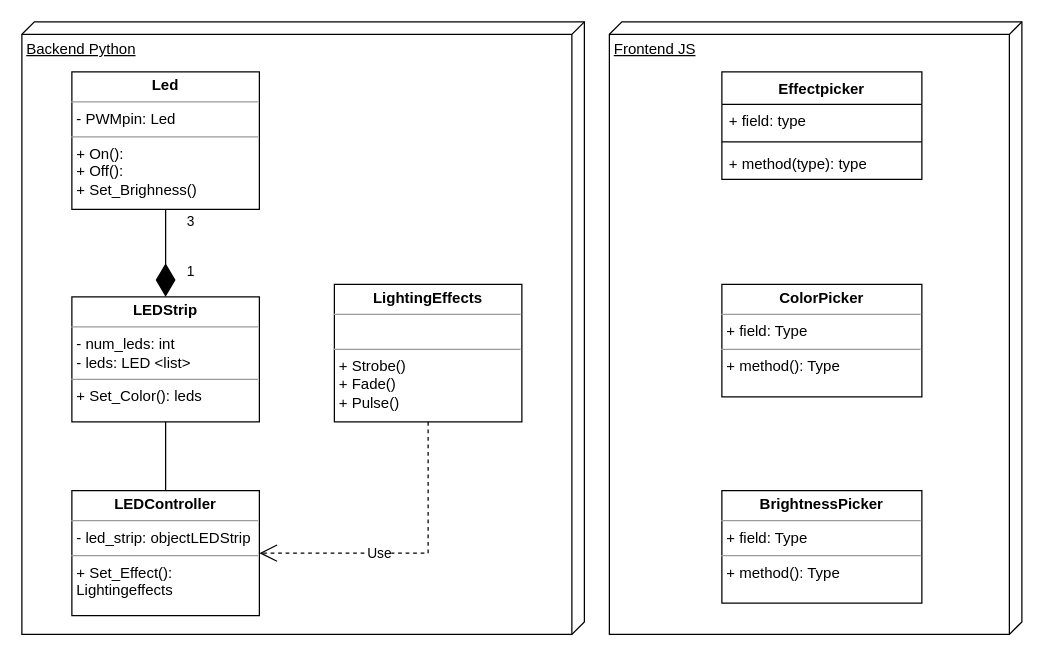
This is uml_diagrams/Untitled Diagram.drawio from Phaneron97/smartLedstrip, a draw.io file, before an edit. Source tidied: cells renumbered, new cells numbered last; positions are measured from the earlier drawing's top-left corner, leaving out a move shared by most shapes. Both pictures are drawn from the tidied source at 125%, with x=0, y=0 at pixel (21, 21).
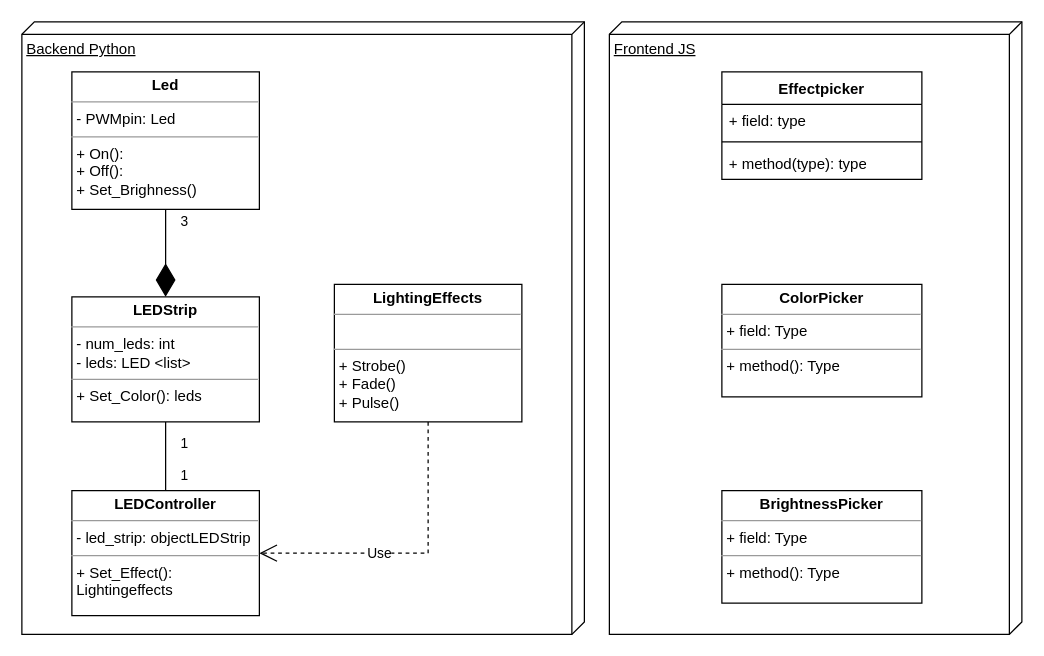
After the change.

Change to the diagram source:
```diff
@@
 <mxGraphModel>
   <root>
     <mxCell id="0" />
     <mxCell id="1" parent="0" />
     <mxCell id="2" value="Frontend JS" style="verticalAlign=top;align=left;spacingTop=8;spacingLeft=2;spacingRight=12;shape=cube;size=10;direction=south;fontStyle=4;html=1;whiteSpace=wrap;" parent="1" vertex="1">
       <mxGeometry x="470" width="330" height="490" as="geometry" />
     </mxCell>
     <mxCell id="3" value="Backend Python" style="verticalAlign=top;align=left;spacingTop=8;spacingLeft=2;spacingRight=12;shape=cube;size=10;direction=south;fontStyle=4;html=1;whiteSpace=wrap;" parent="1" vertex="1">
       <mxGeometry width="450" height="490" as="geometry" />
     </mxCell>
     <mxCell id="4" value="&lt;p style=&quot;margin:0px;margin-top:4px;text-align:center;&quot;&gt;&lt;b&gt;Led&lt;/b&gt;&lt;/p&gt;&lt;hr size=&quot;1&quot;&gt;&lt;p style=&quot;margin:0px;margin-left:4px;&quot;&gt;- PWMpin: Led&lt;br&gt;&lt;/p&gt;&lt;hr size=&quot;1&quot;&gt;&lt;p style=&quot;margin:0px;margin-left:4px;&quot;&gt;+ On(): &lt;br&gt;&lt;/p&gt;&lt;p style=&quot;margin:0px;margin-left:4px;&quot;&gt;+ Off():&lt;/p&gt;&lt;p style=&quot;margin:0px;margin-left:4px;&quot;&gt;+ Set_Brighness()&lt;br&gt;&lt;/p&gt;" style="verticalAlign=top;align=left;overflow=fill;fontSize=12;fontFamily=Helvetica;html=1;whiteSpace=wrap;" parent="1" vertex="1">
       <mxGeometry x="40" y="40" width="150" height="110" as="geometry" />
     </mxCell>
     <mxCell id="5" value="&lt;p style=&quot;margin:0px;margin-top:4px;text-align:center;&quot;&gt;&lt;b&gt;LEDStrip&lt;/b&gt;&lt;/p&gt;&lt;hr size=&quot;1&quot;&gt;&lt;p style=&quot;margin:0px;margin-left:4px;&quot;&gt;- num_leds: int&lt;/p&gt;&lt;p style=&quot;margin:0px;margin-left:4px;&quot;&gt;- leds: LED &amp;lt;list&amp;gt;&lt;br&gt;&lt;/p&gt;&lt;hr size=&quot;1&quot;&gt;&lt;p style=&quot;margin:0px;margin-left:4px;&quot;&gt;+ Set_Color(): leds&lt;br&gt;&lt;/p&gt;" style="verticalAlign=top;align=left;overflow=fill;fontSize=12;fontFamily=Helvetica;html=1;whiteSpace=wrap;" parent="1" vertex="1">
       <mxGeometry x="40" y="220" width="150" height="100" as="geometry" />
     </mxCell>
     <mxCell id="6" value="&lt;p style=&quot;margin:0px;margin-top:4px;text-align:center;&quot;&gt;&lt;b&gt;LEDController&lt;/b&gt;&lt;/p&gt;&lt;hr size=&quot;1&quot;&gt;&lt;p style=&quot;margin:0px;margin-left:4px;&quot;&gt;- led_strip: objectLEDStrip&lt;br&gt;&lt;/p&gt;&lt;hr size=&quot;1&quot;&gt;&lt;p style=&quot;margin:0px;margin-left:4px;&quot;&gt;+ Set_Effect(): Lightingeffects&lt;/p&gt;&lt;p style=&quot;margin:0px;margin-left:4px;&quot;&gt;&lt;br&gt;&lt;/p&gt;" style="verticalAlign=top;align=left;overflow=fill;fontSize=12;fontFamily=Helvetica;html=1;whiteSpace=wrap;" parent="1" vertex="1">
       <mxGeometry x="40" y="375" width="150" height="100" as="geometry" />
     </mxCell>
     <mxCell id="7" value="&lt;p style=&quot;margin:0px;margin-top:4px;text-align:center;&quot;&gt;&lt;b&gt;LightingEffects&lt;/b&gt;&lt;/p&gt;&lt;hr size=&quot;1&quot;&gt;&lt;p style=&quot;margin:0px;margin-left:4px;&quot;&gt;&lt;br&gt;&lt;/p&gt;&lt;hr size=&quot;1&quot;&gt;&lt;p style=&quot;margin:0px;margin-left:4px;&quot;&gt;+ Strobe()&lt;/p&gt;&lt;p style=&quot;margin:0px;margin-left:4px;&quot;&gt;+ Fade()&lt;/p&gt;&lt;p style=&quot;margin:0px;margin-left:4px;&quot;&gt;+ Pulse()&lt;br&gt;&lt;/p&gt;" style="verticalAlign=top;align=left;overflow=fill;fontSize=12;fontFamily=Helvetica;html=1;whiteSpace=wrap;" parent="1" vertex="1">
       <mxGeometry x="250" y="210" width="150" height="110" as="geometry" />
     </mxCell>
-    <mxCell id="8" value="&lt;div&gt;3&lt;/div&gt;&lt;div&gt;&lt;br&gt;&lt;/div&gt;&lt;div&gt;&lt;br&gt;&lt;/div&gt;&lt;div&gt;1&lt;br&gt;&lt;/div&gt;" style="endArrow=diamondThin;endFill=1;endSize=24;html=1;rounded=0;entryX=0.5;entryY=0;entryDx=0;entryDy=0;exitX=0.5;exitY=1;exitDx=0;exitDy=0;" parent="1" edge="1" source="4" target="5">
-      <mxGeometry x="-0.14" y="20" relative="1" as="geometry" />
+    <mxCell id="8" value="&lt;div&gt;3&lt;/div&gt;" style="endArrow=diamondThin;endFill=1;endSize=24;html=1;rounded=0;entryX=0.5;entryY=0;entryDx=0;entryDy=0;exitX=0.5;exitY=1;exitDx=0;exitDy=0;" parent="1" edge="1" source="4" target="5">
+      <mxGeometry x="-0.71" y="15" relative="1" as="geometry" />
     </mxCell>
     <mxCell id="9" value="Effectpicker" style="swimlane;fontStyle=1;align=center;verticalAlign=top;horizontal=1;startSize=26;whiteSpace=wrap;html=1;" parent="1" vertex="1">
       <mxGeometry x="560" y="40" width="160" height="86" as="geometry" />
     </mxCell>
     <mxCell id="10" value="+ field: type" style="text;strokeColor=none;fillColor=none;align=left;verticalAlign=top;spacingLeft=4;spacingRight=4;overflow=hidden;whiteSpace=wrap;html=1;" parent="9" vertex="1">
       <mxGeometry y="26" width="160" height="26" as="geometry" />
     </mxCell>
     <mxCell id="11" style="line;strokeWidth=1;fillColor=none;align=left;verticalAlign=middle;spacingTop=-1;spacingLeft=3;spacingRight=3;labelPosition=right;strokeColor=inherit;" parent="9" vertex="1">
       <mxGeometry y="52" width="160" height="8" as="geometry" />
     </mxCell>
     <mxCell id="12" value="+ method(type): type" style="text;strokeColor=none;fillColor=none;align=left;verticalAlign=top;spacingLeft=4;spacingRight=4;overflow=hidden;whiteSpace=wrap;html=1;" parent="9" vertex="1">
       <mxGeometry y="60" width="160" height="26" as="geometry" />
     </mxCell>
     <mxCell id="13" value="&lt;p style=&quot;margin:0px;margin-top:4px;text-align:center;&quot;&gt;&lt;b&gt;ColorPicker&lt;/b&gt;&lt;/p&gt;&lt;hr size=&quot;1&quot;&gt;&lt;p style=&quot;margin:0px;margin-left:4px;&quot;&gt;+ field: Type&lt;/p&gt;&lt;hr size=&quot;1&quot;&gt;&lt;p style=&quot;margin:0px;margin-left:4px;&quot;&gt;+ method(): Type&lt;/p&gt;" style="verticalAlign=top;align=left;overflow=fill;fontSize=12;fontFamily=Helvetica;html=1;whiteSpace=wrap;" parent="1" vertex="1">
       <mxGeometry x="560" y="210" width="160" height="90" as="geometry" />
     </mxCell>
     <mxCell id="14" value="&lt;p style=&quot;margin:0px;margin-top:4px;text-align:center;&quot;&gt;&lt;b&gt;BrightnessPicker&lt;/b&gt;&lt;/p&gt;&lt;hr size=&quot;1&quot;&gt;&lt;p style=&quot;margin:0px;margin-left:4px;&quot;&gt;+ field: Type&lt;/p&gt;&lt;hr size=&quot;1&quot;&gt;&lt;p style=&quot;margin:0px;margin-left:4px;&quot;&gt;+ method(): Type&lt;/p&gt;" style="verticalAlign=top;align=left;overflow=fill;fontSize=12;fontFamily=Helvetica;html=1;whiteSpace=wrap;" parent="1" vertex="1">
       <mxGeometry x="560" y="375" width="160" height="90" as="geometry" />
     </mxCell>
-    <mxCell id="15" style="endArrow=none;html=1;rounded=0;exitX=0.5;exitY=1;exitDx=0;exitDy=0;entryX=0.5;entryY=0;entryDx=0;entryDy=0;" parent="1" edge="1" source="5" target="6">
-      <mxGeometry relative="1" as="geometry" />
+    <mxCell id="15" value="&lt;div&gt;1&lt;/div&gt;&lt;div&gt;&lt;br&gt;&lt;/div&gt;&lt;div&gt;1&lt;br&gt;&lt;/div&gt;" style="endArrow=none;html=1;rounded=0;exitX=0.5;exitY=1;exitDx=0;exitDy=0;entryX=0.5;entryY=0;entryDx=0;entryDy=0;" parent="1" edge="1" source="5" target="6">
+      <mxGeometry x="0.09" y="15" relative="1" as="geometry" />
     </mxCell>
     <mxCell id="16" value="Use" style="endArrow=open;endSize=12;dashed=1;html=1;rounded=0;exitX=0.5;exitY=1;exitDx=0;exitDy=0;entryX=1;entryY=0.5;entryDx=0;entryDy=0;" parent="1" edge="1" source="7" target="6">
       <mxGeometry x="0.2" relative="1" as="geometry">
         <Array as="points">
           <mxPoint x="325" y="425" />
         </Array>
       </mxGeometry>
     </mxCell>
   </root>
 </mxGraphModel>
```
